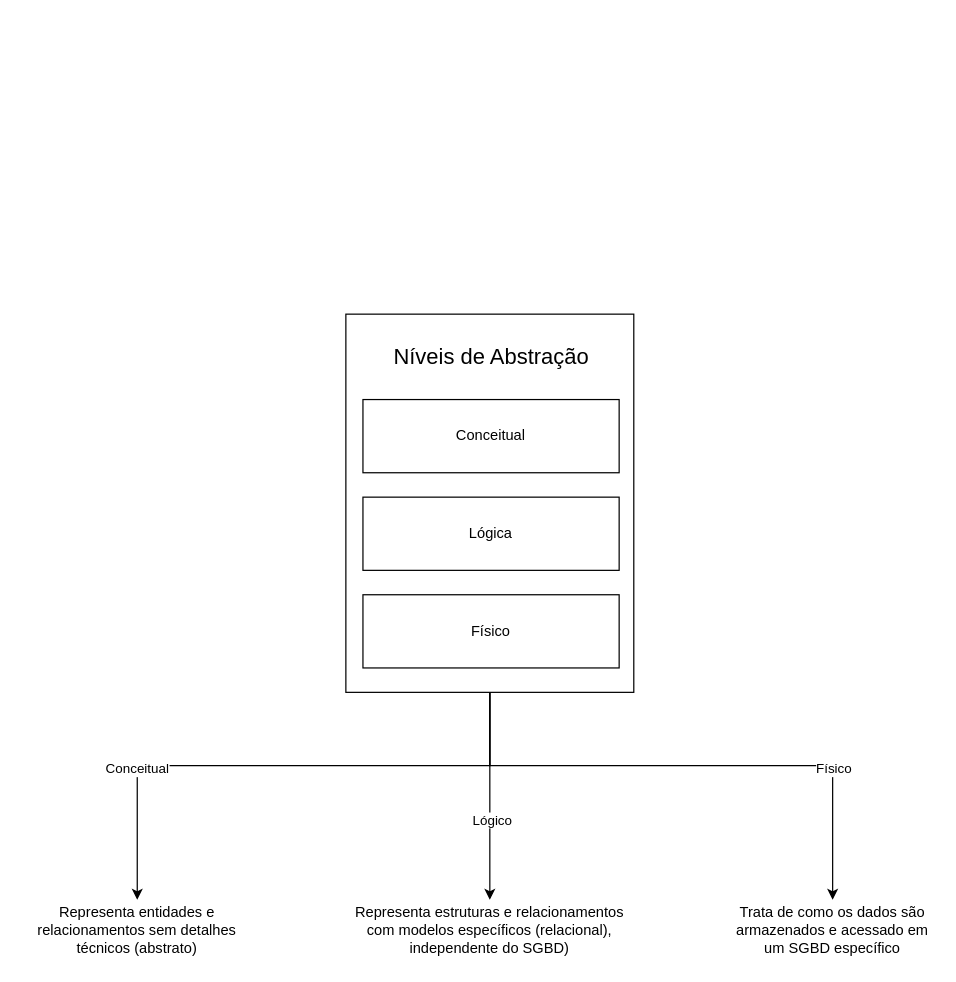
This is Banco-de-Dados/banco_de_dados_revisao-av1.drawio from mateus-s-a/IFMT_Eng_Computacao, a draw.io file, before an edit. Source tidied: cells renumbered, new cells numbered last; positions are measured from the earlier drawing's top-left corner, leaving out a move shared by most shapes. Both pictures are drawn from the tidied source at 122%, with x=0, y=0 at pixel (21, 314).
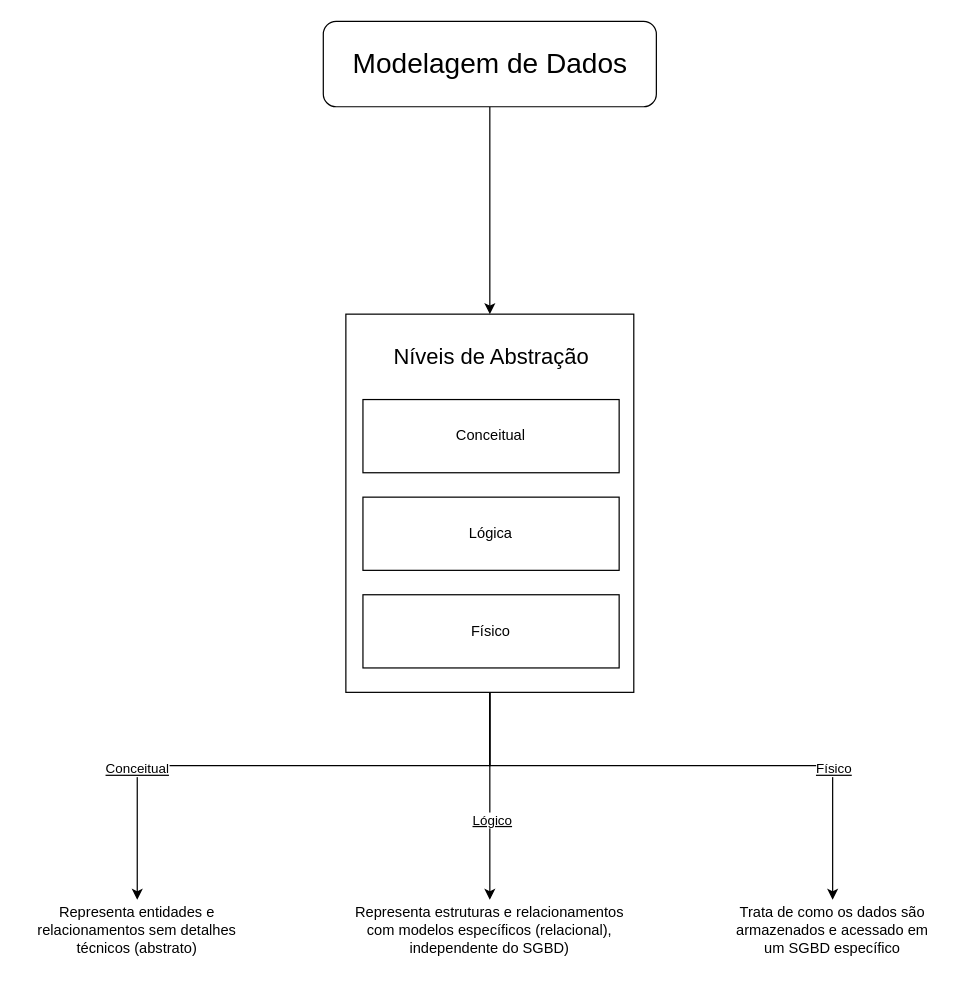
The same diagram, later.

The change refers to these unchanged cells:
```xml
<mxCell id="2" style="edgeStyle=orthogonalEdgeStyle;rounded=0;jettySize=auto;html=1;" parent="1" edge="1" source="8" target="13">
  <mxGeometry relative="1" as="geometry">
    <Array as="points">
      <mxPoint x="384" y="370" />
      <mxPoint x="95" y="370" />
    </Array>
  </mxGeometry>
</mxCell>
<mxCell id="4" style="edgeStyle=orthogonalEdgeStyle;rounded=0;jettySize=auto;html=1;" parent="1" edge="1" source="8" target="14">
  <mxGeometry relative="1" as="geometry" />
</mxCell>
<mxCell id="6" style="edgeStyle=orthogonalEdgeStyle;rounded=0;jettySize=auto;html=1;entryX=0.5;entryY=0;entryDx=0;entryDy=0;" parent="1" edge="1" source="8" target="15">
  <mxGeometry relative="1" as="geometry">
    <Array as="points">
      <mxPoint x="384" y="370" />
      <mxPoint x="665" y="370" />
    </Array>
  </mxGeometry>
</mxCell>
<mxCell id="8" style="rounded=0;whiteSpace=wrap;html=1;" parent="1" vertex="1">
  <mxGeometry x="266" width="236" height="310" as="geometry" />
</mxCell>
```

Change to the diagram source:
```diff
@@
-    <mxCell id="3" value="&lt;div&gt;Conceitual&lt;/div&gt;" style="edgeLabel;html=1;align=center;verticalAlign=middle;" parent="2" vertex="1">
+    <mxCell id="3" value="&lt;div&gt;Conceitual&lt;/div&gt;" style="edgeLabel;html=1;align=center;verticalAlign=middle;fontStyle=4;" parent="2" vertex="1">
       <mxGeometry x="0.53" y="-1" relative="1" as="geometry" />
     </mxCell>
@@
-    <mxCell id="5" value="&lt;div&gt;Lógico&lt;/div&gt;" style="edgeLabel;html=1;align=center;verticalAlign=middle;" parent="4" vertex="1">
+    <mxCell id="5" value="&lt;div&gt;Lógico&lt;/div&gt;" style="edgeLabel;html=1;align=center;verticalAlign=middle;fontStyle=4;" parent="4" vertex="1">
       <mxGeometry x="0.22" y="1" relative="1" as="geometry" />
     </mxCell>
@@
-    <mxCell id="7" value="Físico" style="edgeLabel;html=1;align=center;verticalAlign=middle;" parent="6" vertex="1">
+    <mxCell id="7" value="Físico" style="edgeLabel;html=1;align=center;verticalAlign=middle;fontStyle=4;" parent="6" vertex="1">
       <mxGeometry x="0.52" y="-1" relative="1" as="geometry">
         <mxPoint x="1" as="offset" />
       </mxGeometry>
     </mxCell>
@@
+    <mxCell id="16" style="edgeStyle=orthogonalEdgeStyle;rounded=0;jettySize=auto;html=1;" parent="1" edge="1" source="17" target="8">
+      <mxGeometry relative="1" as="geometry" />
+    </mxCell>
+    <mxCell id="17" value="&lt;font style=&quot;font-size: 23px;&quot;&gt;Modelagem de Dados&lt;/font&gt;" style="rounded=1;whiteSpace=wrap;html=1;" parent="1" vertex="1">
+      <mxGeometry x="247.5" y="-240" width="273" height="70" as="geometry" />
+    </mxCell>
```
